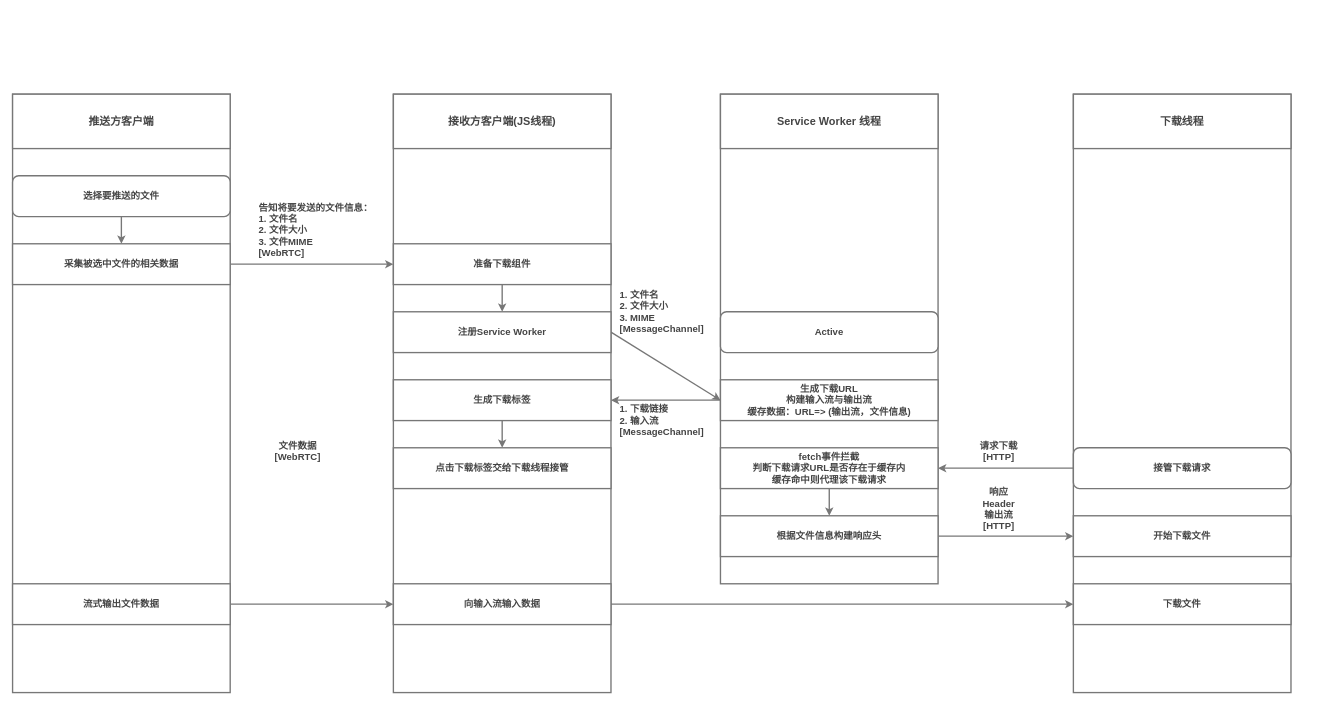
Before: page "文件推送流程图" (4 of 4) of Programmar/project/filetransfer/design/p2ptransfer.drawio in xiahaohai123/Blog, a draw.io diagram. Source tidied: cells renumbered, new cells numbered last; positions are measured from the earlier drawing's top-left corner, leaving out a move shared by most shapes. Both pictures are drawn from the tidied source at 68%, with x=0, y=0 at pixel (12, 94).
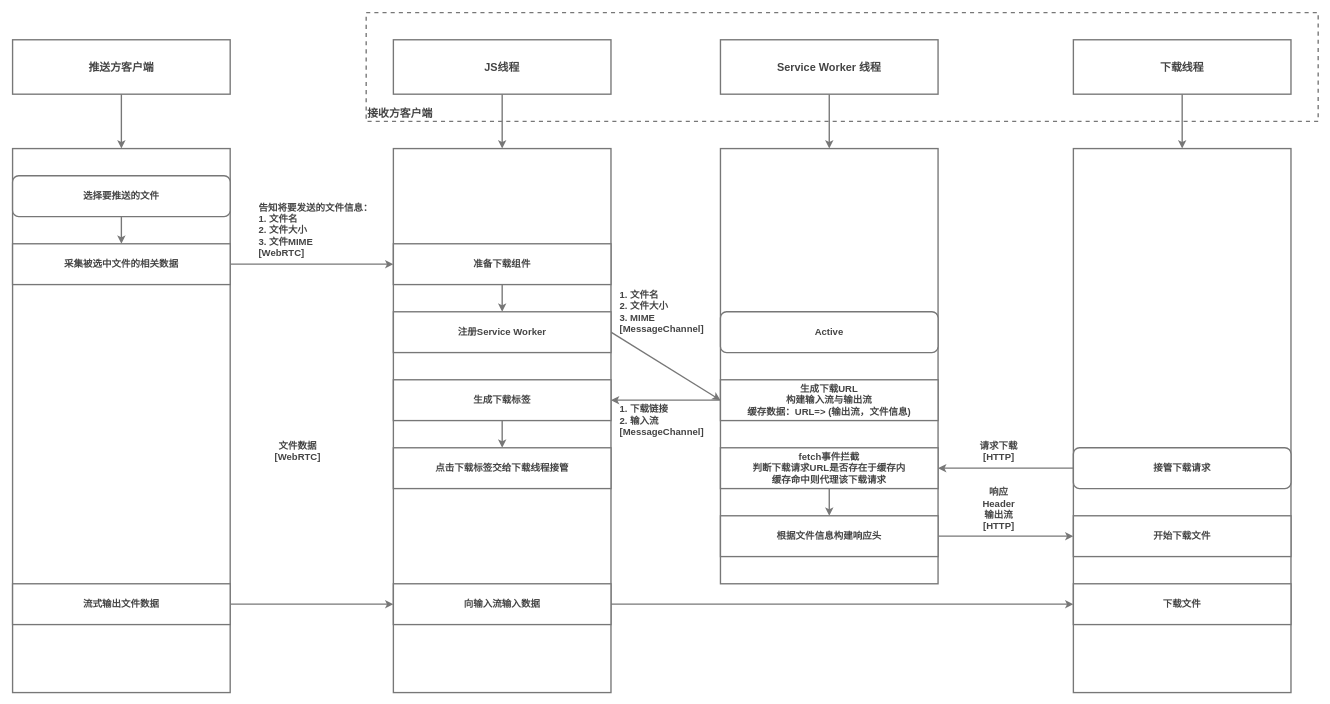
The same diagram, later.

Commit message (it also covers changes not shown here):
更新文件传输P2P传输方案设计

The edit, as a diff of the source:
```diff
@@
+    <mxCell id="42" value="&lt;b&gt;&lt;font style=&quot;font-size: 16px;&quot;&gt;接收方客户端&lt;/font&gt;&lt;/b&gt;" style="rounded=0;whiteSpace=wrap;html=1;strokeColor=#777;strokeWidth=2;dashed=1;fillColor=none;align=left;verticalAlign=bottom;fontColor=#444;" parent="1" vertex="1">
+      <mxGeometry x="520" y="-120" width="1400" height="160" as="geometry" />
+    </mxCell>
     <mxCell id="2" style="rounded=0;whiteSpace=wrap;html=1;strokeWidth=2;strokeColor=#777;" parent="1" vertex="1">
-      <mxGeometry width="320" height="880" as="geometry" />
+      <mxGeometry y="80" width="320" height="800" as="geometry" />
     </mxCell>
+    <mxCell id="43" style="edgeStyle=orthogonalEdgeStyle;rounded=0;jettySize=auto;html=1;fontSize=16;fontColor=#444;strokeWidth=2;strokeColor=#777;" parent="1" edge="1" source="3" target="2">
+      <mxGeometry relative="1" as="geometry" />
+    </mxCell>
     <mxCell id="3" value="推送方客户端" style="rounded=0;whiteSpace=wrap;html=1;strokeColor=#777;strokeWidth=2;fontSize=16;fontStyle=1;fontColor=#444;" parent="1" vertex="1">
-      <mxGeometry width="320" height="80" as="geometry" />
+      <mxGeometry y="-80" width="320" height="80" as="geometry" />
     </mxCell>
@@
     <mxCell id="6" style="rounded=0;whiteSpace=wrap;html=1;strokeWidth=2;strokeColor=#777;" parent="1" vertex="1">
-      <mxGeometry x="560" width="320" height="880" as="geometry" />
+      <mxGeometry x="560" y="80" width="320" height="800" as="geometry" />
     </mxCell>
+    <mxCell id="44" style="edgeStyle=orthogonalEdgeStyle;rounded=0;jettySize=auto;html=1;strokeColor=#777;strokeWidth=2;fontSize=16;fontColor=#444;" parent="1" edge="1" source="7" target="6">
+      <mxGeometry relative="1" as="geometry" />
+    </mxCell>
-    <mxCell id="7" value="接收方客户端(JS线程)" style="rounded=0;whiteSpace=wrap;html=1;strokeColor=#777;strokeWidth=2;fontSize=16;fontStyle=1;fontColor=#444;" parent="1" vertex="1">
-      <mxGeometry x="560" width="320" height="80" as="geometry" />
+    <mxCell id="7" value="JS线程" style="rounded=0;whiteSpace=wrap;html=1;strokeColor=#777;strokeWidth=2;fontSize=16;fontStyle=1;fontColor=#444;" parent="1" vertex="1">
+      <mxGeometry x="560" y="-80" width="320" height="80" as="geometry" />
     </mxCell>
@@
     <mxCell id="13" style="rounded=0;whiteSpace=wrap;html=1;strokeWidth=2;strokeColor=#777;" parent="1" vertex="1">
-      <mxGeometry x="1560" width="320" height="880" as="geometry" />
+      <mxGeometry x="1560" y="80" width="320" height="800" as="geometry" />
     </mxCell>
+    <mxCell id="45" style="edgeStyle=orthogonalEdgeStyle;rounded=0;jettySize=auto;html=1;strokeColor=#777;strokeWidth=2;fontSize=16;fontColor=#444;" parent="1" edge="1" source="14" target="13">
+      <mxGeometry relative="1" as="geometry" />
+    </mxCell>
     <mxCell id="14" value="下载线程" style="rounded=0;whiteSpace=wrap;html=1;strokeColor=#777;strokeWidth=2;fontSize=16;fontStyle=1;fontColor=#444;" parent="1" vertex="1">
-      <mxGeometry x="1560" width="320" height="80" as="geometry" />
+      <mxGeometry x="1560" y="-80" width="320" height="80" as="geometry" />
     </mxCell>
     <mxCell id="15" style="rounded=0;whiteSpace=wrap;html=1;strokeWidth=2;strokeColor=#777;" parent="1" vertex="1">
-      <mxGeometry x="1041" width="320" height="720" as="geometry" />
+      <mxGeometry x="1041" y="80" width="320" height="640" as="geometry" />
     </mxCell>
+    <mxCell id="46" style="edgeStyle=orthogonalEdgeStyle;rounded=0;jettySize=auto;html=1;strokeColor=#777;strokeWidth=2;fontSize=16;fontColor=#444;" parent="1" edge="1" source="16" target="15">
+      <mxGeometry relative="1" as="geometry" />
+    </mxCell>
     <mxCell id="16" value="Service Worker 线程" style="rounded=0;whiteSpace=wrap;html=1;strokeColor=#777;strokeWidth=2;fontSize=16;fontStyle=1;fontColor=#444;" parent="1" vertex="1">
-      <mxGeometry x="1041" width="320" height="80" as="geometry" />
+      <mxGeometry x="1041" y="-80" width="320" height="80" as="geometry" />
     </mxCell>
```
